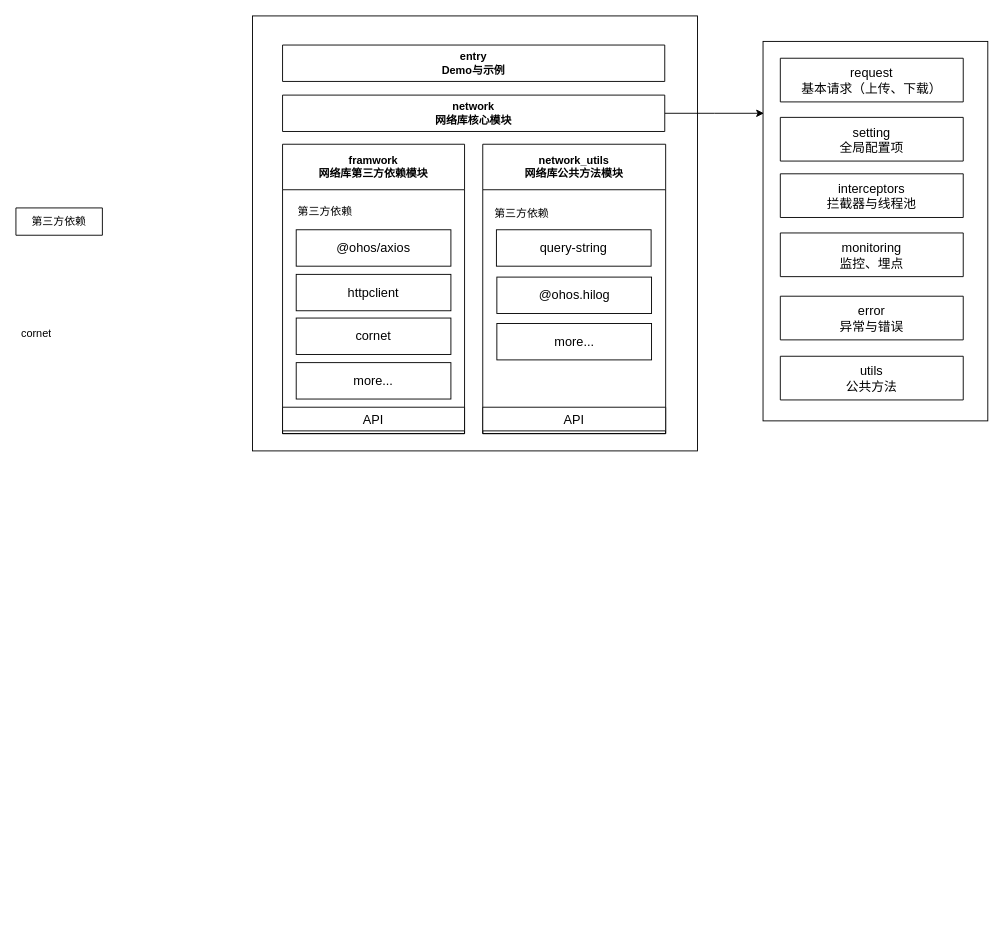
ireneAi/ireneAi.github.io keeps this draw.io diagram as net流程图.drawio. Above is the earlier version. Source tidied: cells renumbered, new cells numbered last; positions are measured from the earlier drawing's top-left corner, leaving out a move shared by most shapes. Both pictures are drawn from the tidied source at 91%, with x=0, y=0 at pixel (15, 15).
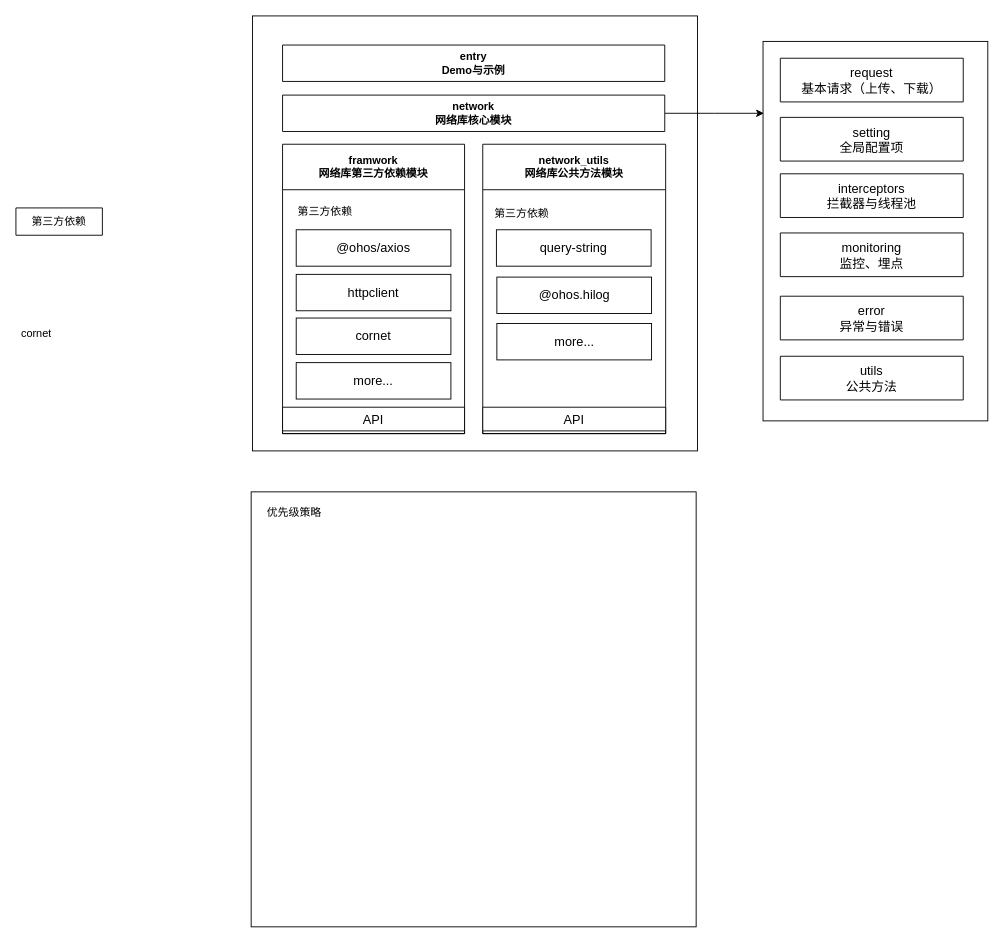
After the change.

Commit message:
更新net流程图.drawio

Change to the diagram source:
```diff
@@
+    <mxCell id="28" style="rounded=0;whiteSpace=wrap;html=1;" parent="1" vertex="1">
+      <mxGeometry x="258.5" y="523" width="489" height="478" as="geometry" />
+    </mxCell>
+    <mxCell id="29" value="&lt;span style=&quot;color: rgb(0, 0, 0); font-family: Helvetica; font-size: 12px; font-style: normal; font-variant-ligatures: normal; font-variant-caps: normal; font-weight: 400; letter-spacing: normal; orphans: 2; text-align: center; text-indent: 0px; text-transform: none; widows: 2; word-spacing: 0px; -webkit-text-stroke-width: 0px; background-color: rgb(255, 255, 255); text-decoration-thickness: initial; text-decoration-style: initial; text-decoration-color: initial; float: none; display: inline !important;&quot;&gt;优先级策略&lt;/span&gt;" style="text;whiteSpace=wrap;html=1;" parent="1" vertex="1">
+      <mxGeometry x="274" y="532" width="88" height="36" as="geometry" />
+    </mxCell>
```
